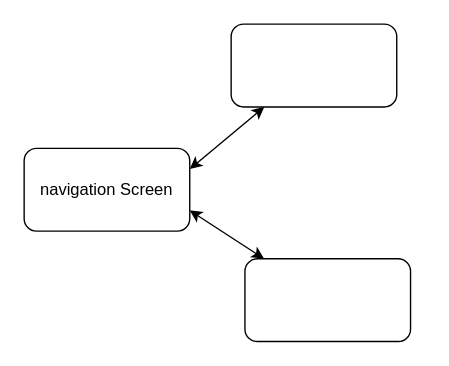
Above: internet_cafe_flutter/lib/widget_diagram.drawio in Imhav/internet_cafe_flutter (draw.io), before the change. Source tidied: cells renumbered, new cells numbered last; positions are measured from the earlier drawing's top-left corner, leaving out a move shared by most shapes. Both pictures are drawn from the tidied source at 138%, with x=0, y=0 at pixel (23, 23).
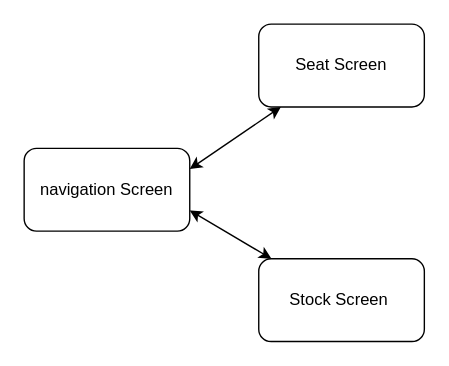
Above is the later version.

Change to the diagram source:
```diff
@@
 <mxGraphModel>
   <root>
     <mxCell id="0" />
     <mxCell id="1" parent="0" />
     <mxCell id="2" value="navigation Screen" style="rounded=1;whiteSpace=wrap;html=1;" parent="1" vertex="1">
       <mxGeometry y="90" width="120" height="60" as="geometry" />
     </mxCell>
     <mxCell id="3" style="endArrow=classic;startArrow=classic;html=1;rounded=0;exitX=1;exitY=0.25;exitDx=0;exitDy=0;" parent="1" edge="1" source="2" target="4">
       <mxGeometry relative="1" as="geometry" />
     </mxCell>
-    <mxCell id="4" style="rounded=1;whiteSpace=wrap;html=1;" parent="1" vertex="1">
-      <mxGeometry x="150" width="120" height="60" as="geometry" />
+    <mxCell id="4" value="Seat Screen" style="rounded=1;whiteSpace=wrap;html=1;" parent="1" vertex="1">
+      <mxGeometry x="170" width="120" height="60" as="geometry" />
     </mxCell>
     <mxCell id="5" style="endArrow=classic;startArrow=classic;html=1;rounded=0;exitX=1;exitY=0.75;exitDx=0;exitDy=0;" parent="1" edge="1" source="2" target="6">
       <mxGeometry relative="1" as="geometry" />
     </mxCell>
-    <mxCell id="6" style="rounded=1;whiteSpace=wrap;html=1;" parent="1" vertex="1">
-      <mxGeometry x="160" y="170" width="120" height="60" as="geometry" />
+    <mxCell id="6" value="Stock Screen&amp;nbsp;" style="rounded=1;whiteSpace=wrap;html=1;" parent="1" vertex="1">
+      <mxGeometry x="170" y="170" width="120" height="60" as="geometry" />
     </mxCell>
   </root>
 </mxGraphModel>
```
